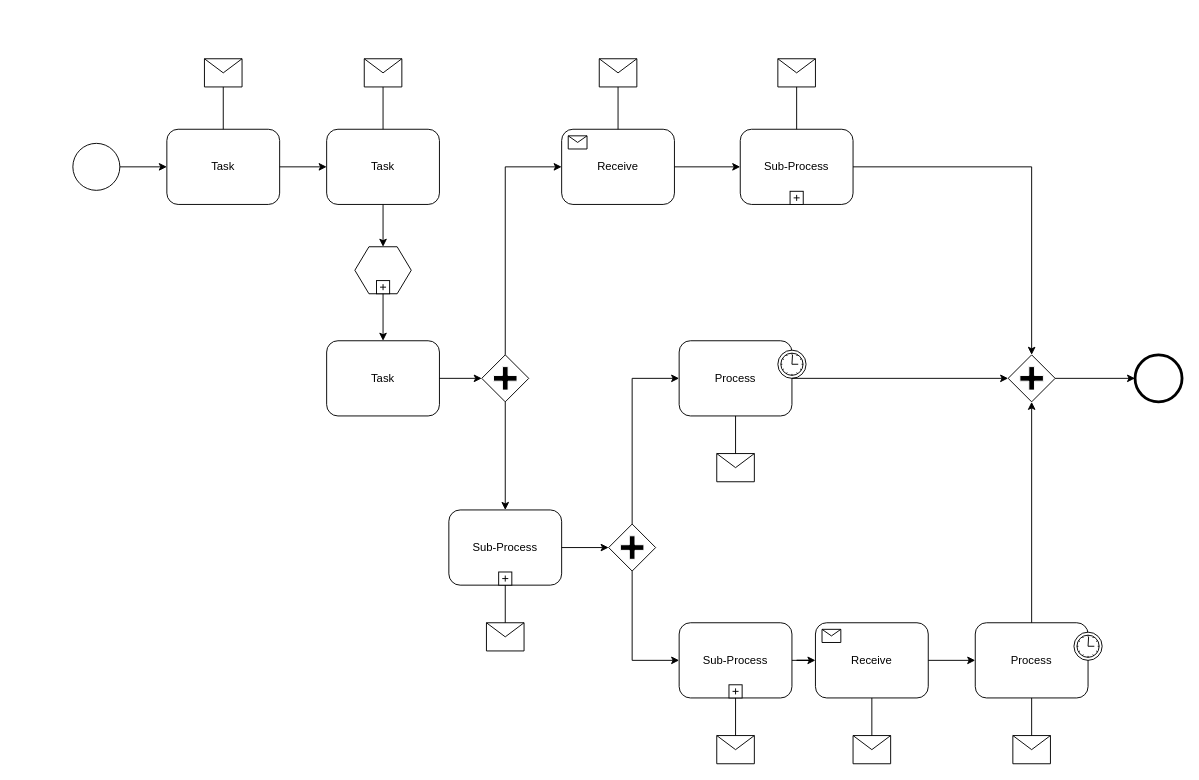
Before: bpmn.drawio in sultanbek149/FirstProject, a draw.io diagram. Source tidied: cells renumbered, new cells numbered last; positions are measured from the earlier drawing's top-left corner, leaving out a move shared by most shapes. Both pictures are drawn from the tidied source at 94%, with x=0, y=0 at pixel (72, 58).
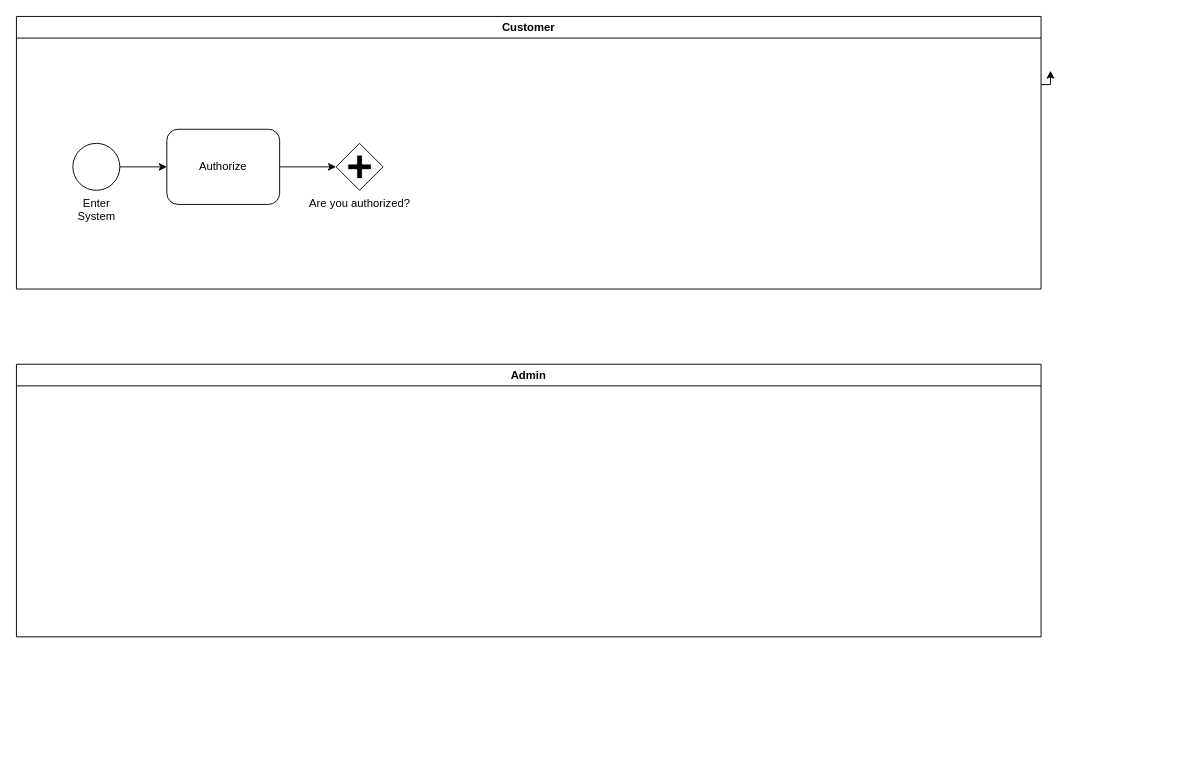
The same page after the edit.

Diff of the diagram source:
```diff
@@
-    <mxCell id="2" style="shape=mxgraph.bpmn.shape;html=1;verticalLabelPosition=bottom;labelBackgroundColor=#ffffff;verticalAlign=top;perimeter=ellipsePerimeter;outline=standard;symbol=general;" parent="1" vertex="1">
+    <mxCell id="2" value="Enter &lt;br&gt;System" style="shape=mxgraph.bpmn.shape;html=1;verticalLabelPosition=bottom;labelBackgroundColor=#ffffff;verticalAlign=top;perimeter=ellipsePerimeter;outline=standard;symbol=general;" parent="1" vertex="1">
       <mxGeometry y="90" width="50" height="50" as="geometry" />
     </mxCell>
+    <mxCell id="61" style="edgeStyle=orthogonalEdgeStyle;rounded=0;jettySize=auto;html=1;entryX=0;entryY=0.5;entryDx=0;entryDy=0;" parent="1" edge="1" source="3" target="64">
+      <mxGeometry relative="1" as="geometry" />
+    </mxCell>
-    <mxCell id="3" value="Task" style="shape=ext;rounded=1;html=1;whiteSpace=wrap;" parent="1" vertex="1">
+    <mxCell id="3" value="Authorize" style="shape=ext;rounded=1;html=1;whiteSpace=wrap;" parent="1" vertex="1">
       <mxGeometry x="100" y="75" width="120" height="80" as="geometry" />
     </mxCell>
-    <mxCell id="4" value="Task" style="shape=ext;rounded=1;html=1;whiteSpace=wrap;" parent="1" vertex="1">
-      <mxGeometry x="270" y="75" width="120" height="80" as="geometry" />
-    </mxCell>
-    <mxCell id="5" style="shape=message;whiteSpace=wrap;html=1;" parent="1" vertex="1">
-      <mxGeometry x="140" width="40" height="30" as="geometry" />
-    </mxCell>
-    <mxCell id="6" style="shape=message;whiteSpace=wrap;html=1;" parent="1" vertex="1">
-      <mxGeometry x="310" width="40" height="30" as="geometry" />
-    </mxCell>
-    <mxCell id="7" style="shape=hexagon;whiteSpace=wrap;html=1;perimeter=hexagonPerimeter;" parent="1" vertex="1">
-      <mxGeometry x="300" y="200" width="60" height="50" as="geometry" />
-    </mxCell>
-    <mxCell id="8" style="html=1;shape=plus;" parent="7" vertex="1">
-      <mxGeometry x="0.5" y="1" width="14" height="14" relative="1" as="geometry">
-        <mxPoint x="-7" y="-14" as="offset" />
-      </mxGeometry>
-    </mxCell>
-    <mxCell id="9" value="Task" style="shape=ext;rounded=1;html=1;whiteSpace=wrap;" parent="1" vertex="1">
-      <mxGeometry x="270" y="300" width="120" height="80" as="geometry" />
-    </mxCell>
-    <mxCell id="10" style="shape=mxgraph.bpmn.shape;html=1;verticalLabelPosition=bottom;labelBackgroundColor=#ffffff;verticalAlign=top;perimeter=rhombusPerimeter;background=gateway;outline=none;symbol=parallelGw;" parent="1" vertex="1">
-      <mxGeometry x="435" y="315" width="50" height="50" as="geometry" />
-    </mxCell>
-    <mxCell id="11" value="Sub-Process" style="html=1;whiteSpace=wrap;rounded=1;" parent="1" vertex="1">
-      <mxGeometry x="710" y="75" width="120" height="80" as="geometry" />
-    </mxCell>
-    <mxCell id="12" style="html=1;shape=plus;" parent="11" vertex="1">
-      <mxGeometry x="0.5" y="1" width="14" height="14" relative="1" as="geometry">
-        <mxPoint x="-7" y="-14" as="offset" />
-      </mxGeometry>
-    </mxCell>
-    <mxCell id="13" value="Receive" style="html=1;whiteSpace=wrap;rounded=1;" parent="1" vertex="1">
-      <mxGeometry x="520" y="75" width="120" height="80" as="geometry" />
-    </mxCell>
-    <mxCell id="14" style="html=1;shape=message;" parent="13" vertex="1">
-      <mxGeometry width="20" height="14" relative="1" as="geometry">
-        <mxPoint x="7" y="7" as="offset" />
-      </mxGeometry>
-    </mxCell>
-    <mxCell id="15" value="Process" style="html=1;whiteSpace=wrap;rounded=1;" parent="1" vertex="1">
-      <mxGeometry x="645" y="300" width="120" height="80" as="geometry" />
-    </mxCell>
-    <mxCell id="16" style="shape=mxgraph.bpmn.timer_start;perimeter=ellipsePerimeter;html=1;labelPosition=right;labelBackgroundColor=#ffffff;align=left;" parent="15" vertex="1">
-      <mxGeometry x="1" width="30" height="30" relative="1" as="geometry">
-        <mxPoint x="-15" y="10" as="offset" />
-      </mxGeometry>
-    </mxCell>
-    <mxCell id="17" value="Process" style="html=1;whiteSpace=wrap;rounded=1;" parent="1" vertex="1">
-      <mxGeometry x="960" y="600" width="120" height="80" as="geometry" />
-    </mxCell>
-    <mxCell id="18" style="shape=mxgraph.bpmn.timer_start;perimeter=ellipsePerimeter;html=1;labelPosition=right;labelBackgroundColor=#ffffff;align=left;" parent="17" vertex="1">
-      <mxGeometry x="1" width="30" height="30" relative="1" as="geometry">
-        <mxPoint x="-15" y="10" as="offset" />
-      </mxGeometry>
-    </mxCell>
-    <mxCell id="19" value="Receive" style="html=1;whiteSpace=wrap;rounded=1;" parent="1" vertex="1">
-      <mxGeometry x="790" y="600" width="120" height="80" as="geometry" />
-    </mxCell>
-    <mxCell id="20" style="html=1;shape=message;" parent="19" vertex="1">
-      <mxGeometry width="20" height="14" relative="1" as="geometry">
-        <mxPoint x="7" y="7" as="offset" />
-      </mxGeometry>
-    </mxCell>
-    <mxCell id="21" value="Sub-Process" style="html=1;whiteSpace=wrap;rounded=1;" parent="1" vertex="1">
-      <mxGeometry x="645" y="600" width="120" height="80" as="geometry" />
-    </mxCell>
-    <mxCell id="22" style="html=1;shape=plus;" parent="21" vertex="1">
-      <mxGeometry x="0.5" y="1" width="14" height="14" relative="1" as="geometry">
-        <mxPoint x="-7" y="-14" as="offset" />
-      </mxGeometry>
-    </mxCell>
-    <mxCell id="23" style="shape=mxgraph.bpmn.shape;html=1;verticalLabelPosition=bottom;labelBackgroundColor=#ffffff;verticalAlign=top;perimeter=rhombusPerimeter;background=gateway;outline=none;symbol=parallelGw;" parent="1" vertex="1">
-      <mxGeometry x="995" y="315" width="50" height="50" as="geometry" />
-    </mxCell>
-    <mxCell id="24" style="shape=mxgraph.bpmn.shape;html=1;verticalLabelPosition=bottom;labelBackgroundColor=#ffffff;verticalAlign=top;perimeter=ellipsePerimeter;outline=end;symbol=general;" parent="1" vertex="1">
-      <mxGeometry x="1130" y="315" width="50" height="50" as="geometry" />
-    </mxCell>
-    <mxCell id="25" style="shape=message;whiteSpace=wrap;html=1;" parent="1" vertex="1">
-      <mxGeometry x="560" width="40" height="30" as="geometry" />
-    </mxCell>
-    <mxCell id="26" style="shape=message;whiteSpace=wrap;html=1;" parent="1" vertex="1">
-      <mxGeometry x="750" width="40" height="30" as="geometry" />
-    </mxCell>
-    <mxCell id="27" value="Sub-Process" style="html=1;whiteSpace=wrap;rounded=1;" parent="1" vertex="1">
-      <mxGeometry x="400" y="480" width="120" height="80" as="geometry" />
-    </mxCell>
-    <mxCell id="28" style="html=1;shape=plus;" parent="27" vertex="1">
-      <mxGeometry x="0.5" y="1" width="14" height="14" relative="1" as="geometry">
-        <mxPoint x="-7" y="-14" as="offset" />
-      </mxGeometry>
-    </mxCell>
-    <mxCell id="29" style="shape=message;whiteSpace=wrap;html=1;" parent="1" vertex="1">
-      <mxGeometry x="440" y="600" width="40" height="30" as="geometry" />
-    </mxCell>
-    <mxCell id="30" style="shape=message;whiteSpace=wrap;html=1;" parent="1" vertex="1">
-      <mxGeometry x="830" y="720" width="40" height="30" as="geometry" />
-    </mxCell>
-    <mxCell id="31" style="shape=message;whiteSpace=wrap;html=1;" parent="1" vertex="1">
-      <mxGeometry x="1000" y="720" width="40" height="30" as="geometry" />
-    </mxCell>
-    <mxCell id="32" style="shape=message;whiteSpace=wrap;html=1;" parent="1" vertex="1">
-      <mxGeometry x="685" y="720" width="40" height="30" as="geometry" />
-    </mxCell>
-    <mxCell id="33" style="shape=message;whiteSpace=wrap;html=1;" parent="1" vertex="1">
-      <mxGeometry x="685" y="420" width="40" height="30" as="geometry" />
-    </mxCell>
@@
-    <mxCell id="35" style="edgeStyle=orthogonalEdgeStyle;rounded=0;html=1;jettySize=auto;endArrow=none;endFill=0;" parent="1" edge="1" source="5" target="3">
-      <mxGeometry relative="1" as="geometry" />
-    </mxCell>
-    <mxCell id="36" style="edgeStyle=orthogonalEdgeStyle;rounded=0;html=1;jettySize=auto;endArrow=none;endFill=0;" parent="1" edge="1" source="6" target="4">
-      <mxGeometry relative="1" as="geometry" />
-    </mxCell>
-    <mxCell id="37" style="edgeStyle=orthogonalEdgeStyle;rounded=0;html=1;jettySize=auto;" parent="1" edge="1" source="3" target="4">
-      <mxGeometry relative="1" as="geometry" />
-    </mxCell>
-    <mxCell id="38" style="edgeStyle=orthogonalEdgeStyle;rounded=0;html=1;jettySize=auto;" parent="1" edge="1" source="13" target="11">
-      <mxGeometry relative="1" as="geometry" />
-    </mxCell>
-    <mxCell id="39" style="edgeStyle=orthogonalEdgeStyle;rounded=0;html=1;jettySize=auto;endArrow=none;endFill=0;" parent="1" edge="1" source="25" target="13">
-      <mxGeometry relative="1" as="geometry" />
-    </mxCell>
-    <mxCell id="40" style="edgeStyle=orthogonalEdgeStyle;rounded=0;html=1;jettySize=auto;endArrow=none;endFill=0;" parent="1" edge="1" source="26" target="11">
-      <mxGeometry relative="1" as="geometry" />
-    </mxCell>
-    <mxCell id="41" style="edgeStyle=orthogonalEdgeStyle;rounded=0;html=1;jettySize=auto;" parent="1" edge="1" source="11" target="23">
-      <mxGeometry relative="1" as="geometry">
-        <Array as="points">
-          <mxPoint x="1020" y="115" />
-        </Array>
-      </mxGeometry>
-    </mxCell>
-    <mxCell id="42" style="edgeStyle=orthogonalEdgeStyle;rounded=0;html=1;jettySize=auto;" parent="1" edge="1" source="15" target="23">
-      <mxGeometry relative="1" as="geometry" />
-    </mxCell>
-    <mxCell id="43" style="edgeStyle=orthogonalEdgeStyle;rounded=0;html=1;jettySize=auto;" parent="1" edge="1" source="17" target="23">
-      <mxGeometry relative="1" as="geometry" />
-    </mxCell>
-    <mxCell id="44" style="edgeStyle=orthogonalEdgeStyle;rounded=0;html=1;jettySize=auto;" parent="1" edge="1" source="23" target="24">
-      <mxGeometry relative="1" as="geometry" />
-    </mxCell>
-    <mxCell id="45" style="edgeStyle=orthogonalEdgeStyle;rounded=0;html=1;jettySize=auto;" parent="1" edge="1" source="4" target="7">
-      <mxGeometry relative="1" as="geometry" />
-    </mxCell>
-    <mxCell id="46" style="edgeStyle=orthogonalEdgeStyle;rounded=0;html=1;jettySize=auto;" parent="1" edge="1" source="7" target="9">
-      <mxGeometry relative="1" as="geometry" />
-    </mxCell>
-    <mxCell id="47" style="edgeStyle=orthogonalEdgeStyle;rounded=0;html=1;jettySize=auto;" parent="1" edge="1" source="9" target="10">
-      <mxGeometry relative="1" as="geometry" />
-    </mxCell>
-    <mxCell id="48" style="edgeStyle=orthogonalEdgeStyle;rounded=0;html=1;jettySize=auto;" parent="1" edge="1" source="10" target="13">
-      <mxGeometry relative="1" as="geometry">
-        <Array as="points">
-          <mxPoint x="460" y="115" />
-        </Array>
-      </mxGeometry>
-    </mxCell>
-    <mxCell id="49" style="edgeStyle=orthogonalEdgeStyle;rounded=0;html=1;jettySize=auto;" parent="1" edge="1" source="10" target="27">
-      <mxGeometry relative="1" as="geometry" />
-    </mxCell>
-    <mxCell id="50" style="edgeStyle=orthogonalEdgeStyle;rounded=0;html=1;jettySize=auto;endArrow=none;endFill=0;" parent="1" edge="1" source="29" target="27">
-      <mxGeometry relative="1" as="geometry" />
-    </mxCell>
-    <mxCell id="51" style="shape=mxgraph.bpmn.shape;html=1;verticalLabelPosition=bottom;labelBackgroundColor=#ffffff;verticalAlign=top;perimeter=rhombusPerimeter;background=gateway;outline=none;symbol=parallelGw;" parent="1" vertex="1">
-      <mxGeometry x="570" y="495" width="50" height="50" as="geometry" />
-    </mxCell>
-    <mxCell id="52" style="edgeStyle=orthogonalEdgeStyle;rounded=0;html=1;jettySize=auto;" parent="1" edge="1" source="51" target="21">
-      <mxGeometry relative="1" as="geometry">
-        <Array as="points">
-          <mxPoint x="595" y="640" />
-        </Array>
-      </mxGeometry>
-    </mxCell>
-    <mxCell id="53" style="edgeStyle=orthogonalEdgeStyle;rounded=0;html=1;jettySize=auto;" parent="1" edge="1" source="51" target="15">
-      <mxGeometry relative="1" as="geometry">
-        <Array as="points">
-          <mxPoint x="595" y="340" />
-        </Array>
-      </mxGeometry>
-    </mxCell>
-    <mxCell id="54" style="edgeStyle=orthogonalEdgeStyle;rounded=0;html=1;jettySize=auto;endArrow=none;endFill=0;" parent="1" edge="1" source="33" target="15">
-      <mxGeometry relative="1" as="geometry" />
-    </mxCell>
-    <mxCell id="55" style="edgeStyle=orthogonalEdgeStyle;rounded=0;html=1;jettySize=auto;" parent="1" edge="1" source="27" target="51">
-      <mxGeometry relative="1" as="geometry" />
-    </mxCell>
-    <mxCell id="56" style="edgeStyle=orthogonalEdgeStyle;rounded=0;html=1;jettySize=auto;" parent="1" edge="1" source="21" target="19">
-      <mxGeometry relative="1" as="geometry" />
-    </mxCell>
-    <mxCell id="57" style="edgeStyle=orthogonalEdgeStyle;rounded=0;html=1;jettySize=auto;endArrow=none;endFill=0;" parent="1" edge="1" source="32" target="21">
-      <mxGeometry relative="1" as="geometry" />
-    </mxCell>
-    <mxCell id="58" style="edgeStyle=orthogonalEdgeStyle;rounded=0;html=1;jettySize=auto;endArrow=none;endFill=0;" parent="1" edge="1" source="30" target="19">
-      <mxGeometry relative="1" as="geometry" />
-    </mxCell>
-    <mxCell id="59" style="edgeStyle=orthogonalEdgeStyle;rounded=0;html=1;jettySize=auto;endArrow=none;endFill=0;" parent="1" edge="1" source="31" target="17">
-      <mxGeometry relative="1" as="geometry" />
-    </mxCell>
-    <mxCell id="60" style="edgeStyle=orthogonalEdgeStyle;rounded=0;html=1;jettySize=auto;" parent="1" edge="1" source="19" target="17">
-      <mxGeometry relative="1" as="geometry" />
-    </mxCell>
+    <mxCell id="62" style="edgeStyle=orthogonalEdgeStyle;rounded=0;jettySize=auto;html=1;exitX=1;exitY=0.25;exitDx=0;exitDy=0;" parent="1" edge="1" source="63">
+      <mxGeometry relative="1" as="geometry">
+        <mxPoint x="1040" y="12.7" as="targetPoint" />
+      </mxGeometry>
+    </mxCell>
+    <mxCell id="63" value="Customer" style="swimlane;whiteSpace=wrap;html=1;direction=east;flipH=0;flipV=0;startSize=23;" parent="1" vertex="1" collapsed="1">
+      <mxGeometry x="-60" y="-45" width="1090" height="290" as="geometry" />
+    </mxCell>
+    <mxCell id="64" value="Are you authorized?" style="shape=mxgraph.bpmn.shape;html=1;verticalLabelPosition=bottom;labelBackgroundColor=#ffffff;verticalAlign=top;perimeter=rhombusPerimeter;background=gateway;outline=none;symbol=parallelGw;" parent="1" vertex="1">
+      <mxGeometry x="280" y="90" width="50" height="50" as="geometry" />
+    </mxCell>
+    <mxCell id="65" value="Admin" style="swimlane;whiteSpace=wrap;html=1;direction=east;flipH=0;flipV=0;startSize=23;" parent="1" vertex="1" collapsed="1">
+      <mxGeometry x="-60" y="325" width="1090" height="290" as="geometry" />
+    </mxCell>
```
